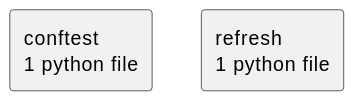
This is docs/diagrams/python-packages.puml.svg from casonk/fred-public-data, a PlantUML export, as it was before one commit.
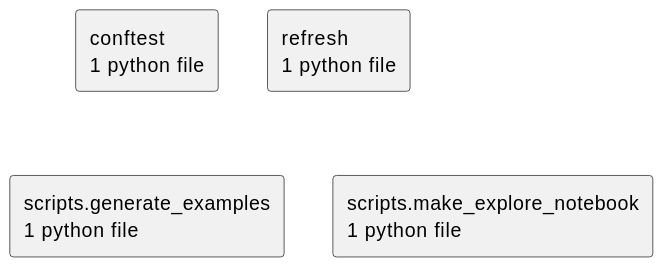
The same file after the commit.

The edit, as a diff of the source:
```diff
@@ -4,4 +4,6 @@
 skinparam componentStyle rectangle
 rectangle "conftest\n1 python file" as conftest
 rectangle "refresh\n1 python file" as refresh
+rectangle "scripts.generate_examples\n1 python file" as scripts.generate_examples
+rectangle "scripts.make_explore_notebook\n1 python file" as scripts.make_explore_notebook
 @enduml
```
